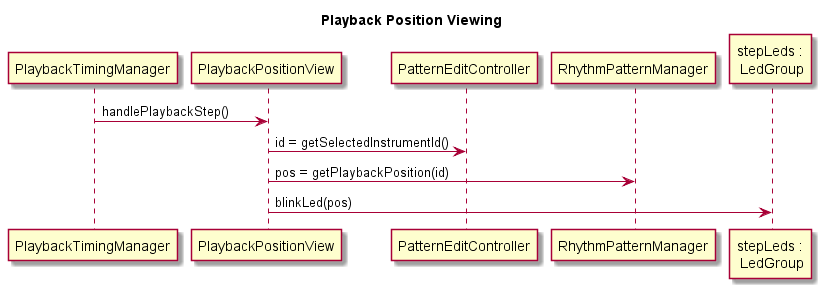
Above: doc/plantuml/img/sequence_diagrams/playback_position_viewing.png in Warwolt/tr2k_drum_machine (PlantUML), before the change.
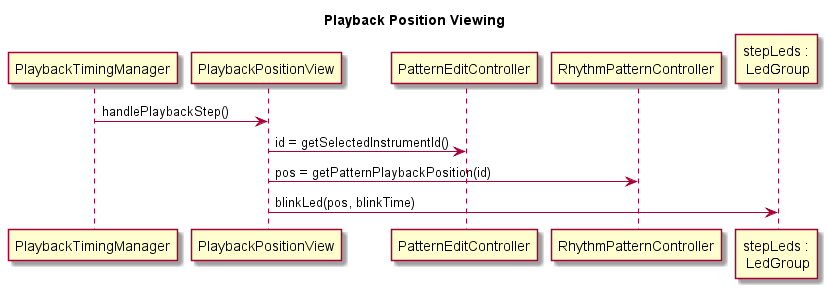
The same file after the commit.

Commit message:
Expand upon playback execution design in previous commit

The edit, as a diff of the source:
```diff
@@ -4,7 +4,7 @@
 
 PlaybackTimingManager->PlaybackPositionView : handlePlaybackStep()
 PlaybackPositionView->PatternEditController : id = getSelectedInstrumentId()
-PlaybackPositionView->RhythmPatternManager : pos = getPlaybackPosition(id)
-PlaybackPositionView->"stepLeds :\n LedGroup" : blinkLed(pos)
+PlaybackPositionView->RhythmPatternController : pos = getPatternPlaybackPosition(id)
+PlaybackPositionView->"stepLeds :\n LedGroup" : blinkLed(pos, blinkTime)
 
 @enduml
```
